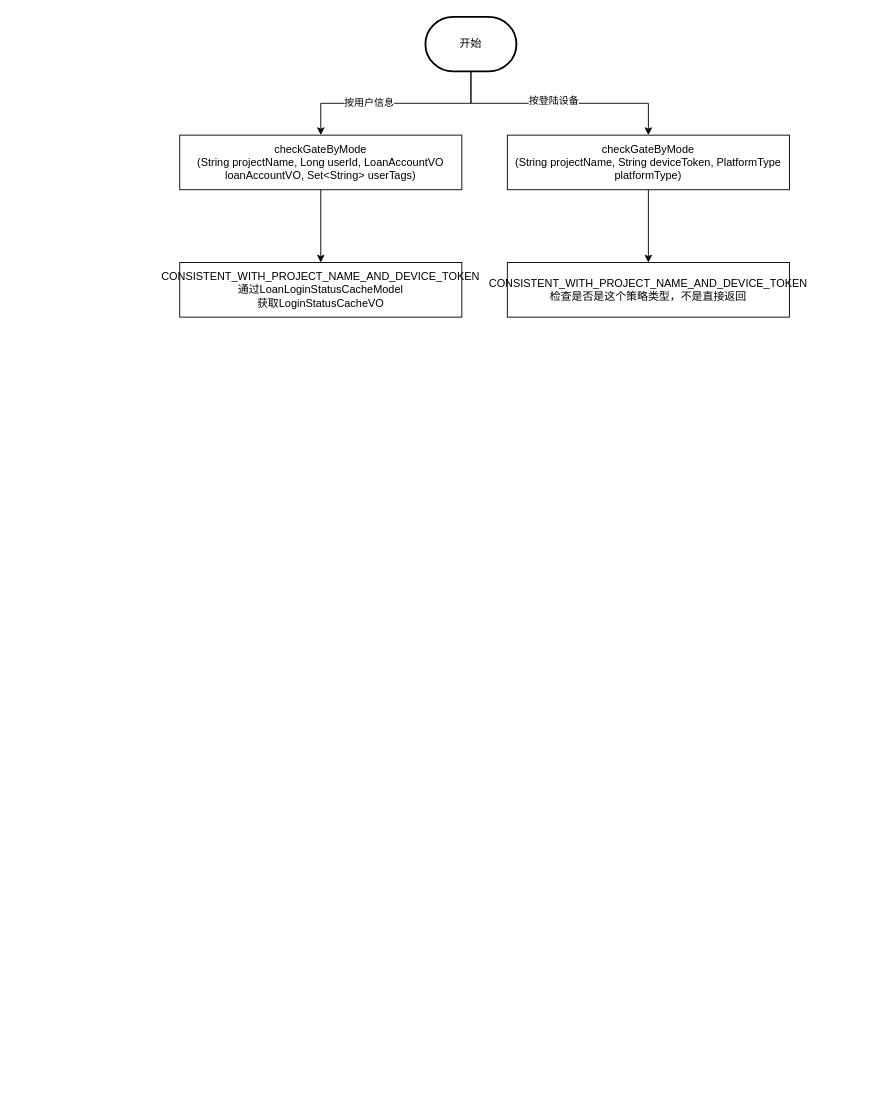
ABIN-DS/flowchart keeps this draw.io diagram as page "代码流程" (2 of 3) of 分流逻辑.drawio. Above is the earlier version. Source tidied: cells renumbered, new cells numbered last; positions are measured from the earlier drawing's top-left corner, leaving out a move shared by most shapes. Both pictures are drawn from the tidied source at 91%, with x=0, y=0 at pixel (179, 16).
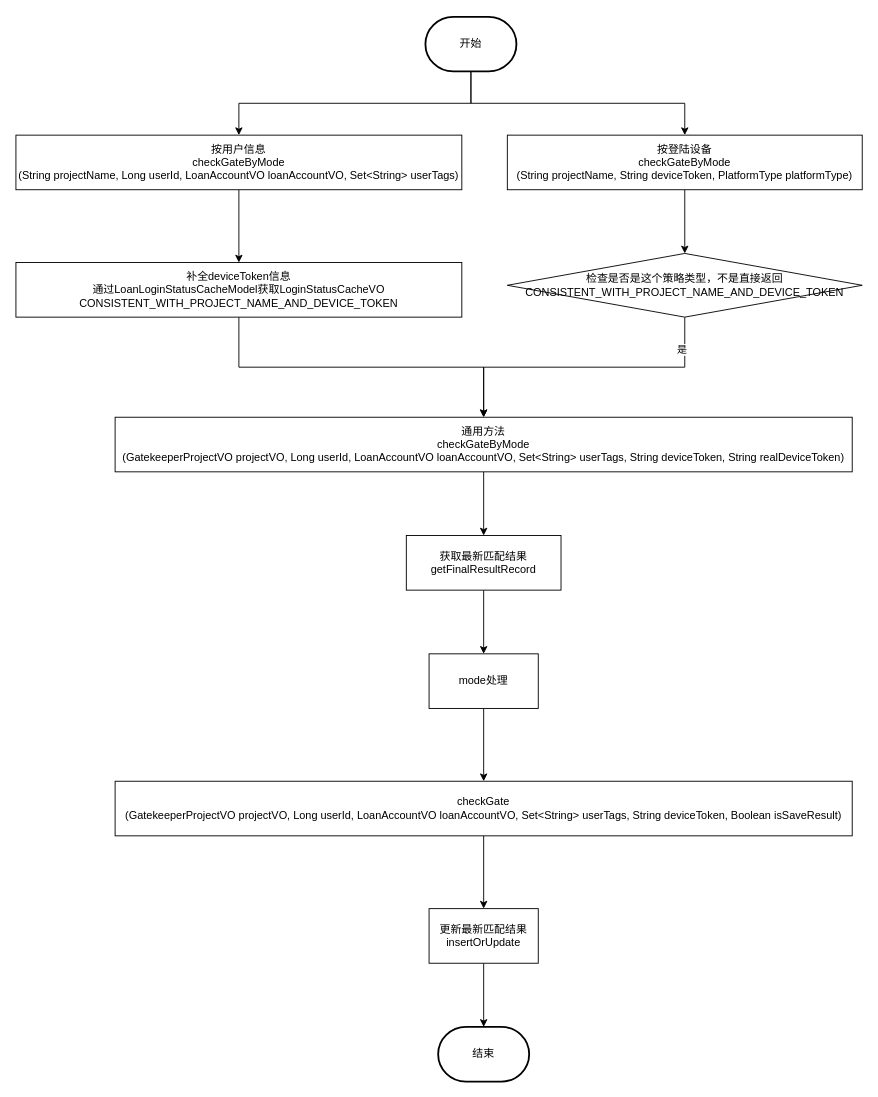
Above is the later version.

Commit message (it also covers changes not shown here):
更新分流逻辑.drawio

Unchanged cells that the change refers to:
```xml
<mxCell id="2" style="edgeStyle=orthogonalEdgeStyle;rounded=0;jettySize=auto;html=1;entryX=0.5;entryY=0;entryDx=0;entryDy=0;" parent="1" edge="1" source="6" target="8">
  <mxGeometry relative="1" as="geometry" />
</mxCell>
<mxCell id="4" style="edgeStyle=orthogonalEdgeStyle;rounded=0;jettySize=auto;html=1;" parent="1" edge="1" source="6" target="10">
  <mxGeometry relative="1" as="geometry" />
</mxCell>
```

What changed in the source:
```diff
@@
-    <mxCell id="3" value="按用户信息" style="edgeLabel;html=1;align=center;verticalAlign=middle;" parent="2" vertex="1">
-      <mxGeometry x="0.26" y="-1" relative="1" as="geometry" />
-    </mxCell>
@@
-    <mxCell id="5" value="按登陆设备" style="edgeLabel;html=1;align=center;verticalAlign=middle;" parent="4" vertex="1">
-      <mxGeometry x="-0.11" y="4" relative="1" as="geometry">
-        <mxPoint x="7" as="offset" />
-      </mxGeometry>
-    </mxCell>
@@
-    <mxCell id="8" value="checkGateByMode&lt;br style=&quot;border-color: var(--border-color);&quot;&gt;(String projectName, Long userId, LoanAccountVO loanAccountVO, Set&amp;lt;String&amp;gt; userTags)" style="rounded=0;whiteSpace=wrap;html=1;" parent="1" vertex="1">
-      <mxGeometry y="130" width="310" height="60" as="geometry" />
+    <mxCell id="8" value="按用户信息&lt;br&gt;checkGateByMode&lt;br style=&quot;border-color: var(--border-color);&quot;&gt;(String projectName, Long userId, LoanAccountVO loanAccountVO, Set&amp;lt;String&amp;gt; userTags)" style="rounded=0;whiteSpace=wrap;html=1;" parent="1" vertex="1">
+      <mxGeometry x="-180" y="130" width="490" height="60" as="geometry" />
     </mxCell>
-    <mxCell id="9" style="edgeStyle=orthogonalEdgeStyle;rounded=0;jettySize=auto;html=1;" parent="1" edge="1" source="10" target="12">
+    <mxCell id="9" style="edgeStyle=orthogonalEdgeStyle;rounded=0;jettySize=auto;html=1;entryX=0.5;entryY=0;entryDx=0;entryDy=0;" parent="1" edge="1" source="10" target="18">
       <mxGeometry relative="1" as="geometry" />
     </mxCell>
-    <mxCell id="10" value="checkGateByMode&lt;br&gt;(String projectName, String deviceToken, PlatformType platformType)" style="rounded=0;whiteSpace=wrap;html=1;" parent="1" vertex="1">
-      <mxGeometry x="360" y="130" width="310" height="60" as="geometry" />
+    <mxCell id="10" value="按登陆设备&lt;br&gt;checkGateByMode&lt;br&gt;(String projectName, String deviceToken, PlatformType platformType)" style="rounded=0;whiteSpace=wrap;html=1;" parent="1" vertex="1">
+      <mxGeometry x="360" y="130" width="390" height="60" as="geometry" />
     </mxCell>
+    <mxCell id="13" style="edgeStyle=orthogonalEdgeStyle;rounded=0;jettySize=auto;html=1;entryX=0.5;entryY=0;entryDx=0;entryDy=0;" parent="1" edge="1" source="11" target="17">
+      <mxGeometry relative="1" as="geometry" />
+    </mxCell>
-    <mxCell id="11" value="CONSISTENT_WITH_PROJECT_NAME_AND_DEVICE_TOKEN&lt;br&gt;通过LoanLoginStatusCacheModel&lt;br&gt;获取LoginStatusCacheVO" style="whiteSpace=wrap;html=1;rounded=0;" parent="1" vertex="1">
-      <mxGeometry y="270" width="310" height="60" as="geometry" />
+    <mxCell id="11" value="补全deviceToken信息&lt;br&gt;通过LoanLoginStatusCacheModel获取LoginStatusCacheVO&lt;br&gt;CONSISTENT_WITH_PROJECT_NAME_AND_DEVICE_TOKEN" style="whiteSpace=wrap;html=1;rounded=0;" parent="1" vertex="1">
+      <mxGeometry x="-180" y="270" width="490" height="60" as="geometry" />
     </mxCell>
-    <mxCell id="12" value="CONSISTENT_WITH_PROJECT_NAME_AND_DEVICE_TOKEN&lt;br&gt;检查是否是这个策略类型，不是直接返回" style="whiteSpace=wrap;html=1;rounded=0;" parent="1" vertex="1">
-      <mxGeometry x="360" y="270" width="310" height="60" as="geometry" />
-    </mxCell>
+    <mxCell id="14" style="edgeStyle=orthogonalEdgeStyle;rounded=0;jettySize=auto;html=1;entryX=0.5;entryY=0;entryDx=0;entryDy=0;exitX=0.5;exitY=1;exitDx=0;exitDy=0;" parent="1" edge="1" source="18" target="17">
+      <mxGeometry relative="1" as="geometry" />
+    </mxCell>
+    <mxCell id="15" value="是" style="edgeLabel;html=1;align=center;verticalAlign=middle;" parent="14" vertex="1">
+      <mxGeometry x="-0.79" y="-4" relative="1" as="geometry" />
+    </mxCell>
+    <mxCell id="16" style="edgeStyle=orthogonalEdgeStyle;rounded=0;jettySize=auto;html=1;" parent="1" edge="1" source="17" target="20">
+      <mxGeometry relative="1" as="geometry" />
+    </mxCell>
+    <mxCell id="17" value="通用方法&lt;br&gt;checkGateByMode&lt;br&gt;(GatekeeperProjectVO projectVO, Long userId, LoanAccountVO loanAccountVO, Set&amp;lt;String&amp;gt; userTags, String deviceToken, String realDeviceToken)" style="whiteSpace=wrap;html=1;rounded=0;" parent="1" vertex="1">
+      <mxGeometry x="-71" y="440" width="810" height="60" as="geometry" />
+    </mxCell>
+    <mxCell id="18" value="检查是否是这个策略类型，不是直接返回&lt;br&gt;CONSISTENT_WITH_PROJECT_NAME_AND_DEVICE_TOKEN" style="rhombus;whiteSpace=wrap;html=1;" parent="1" vertex="1">
+      <mxGeometry x="360" y="260" width="390" height="70" as="geometry" />
+    </mxCell>
+    <mxCell id="19" style="edgeStyle=orthogonalEdgeStyle;rounded=0;jettySize=auto;html=1;" parent="1" edge="1" source="20" target="22">
+      <mxGeometry relative="1" as="geometry" />
+    </mxCell>
+    <mxCell id="20" value="获取最新匹配结果&lt;br&gt;getFinalResultRecord" style="whiteSpace=wrap;html=1;rounded=0;" parent="1" vertex="1">
+      <mxGeometry x="249" y="570" width="170" height="60" as="geometry" />
+    </mxCell>
+    <mxCell id="21" style="edgeStyle=orthogonalEdgeStyle;rounded=0;jettySize=auto;html=1;" parent="1" edge="1" source="22" target="24">
+      <mxGeometry relative="1" as="geometry" />
+    </mxCell>
+    <mxCell id="22" value="mode处理" style="whiteSpace=wrap;html=1;rounded=0;" parent="1" vertex="1">
+      <mxGeometry x="274" y="700" width="120" height="60" as="geometry" />
+    </mxCell>
+    <mxCell id="23" style="edgeStyle=orthogonalEdgeStyle;rounded=0;jettySize=auto;html=1;" parent="1" edge="1" source="24" target="26">
+      <mxGeometry relative="1" as="geometry" />
+    </mxCell>
+    <mxCell id="24" value="checkGate&lt;br&gt;(GatekeeperProjectVO projectVO, Long userId, LoanAccountVO loanAccountVO, Set&amp;lt;String&amp;gt; userTags, String deviceToken, Boolean isSaveResult)" style="whiteSpace=wrap;html=1;rounded=0;" parent="1" vertex="1">
+      <mxGeometry x="-71" y="840" width="810" height="60" as="geometry" />
+    </mxCell>
+    <mxCell id="25" style="edgeStyle=orthogonalEdgeStyle;rounded=0;jettySize=auto;html=1;" parent="1" edge="1" source="26" target="27">
+      <mxGeometry relative="1" as="geometry" />
+    </mxCell>
+    <mxCell id="26" value="更新最新匹配结果&lt;br&gt;insertOrUpdate" style="whiteSpace=wrap;html=1;rounded=0;" parent="1" vertex="1">
+      <mxGeometry x="274" y="980" width="120" height="60" as="geometry" />
+    </mxCell>
+    <mxCell id="27" value="结束" style="strokeWidth=2;html=1;shape=mxgraph.flowchart.terminator;whiteSpace=wrap;" parent="1" vertex="1">
+      <mxGeometry x="284" y="1110" width="100" height="60" as="geometry" />
+    </mxCell>
```
